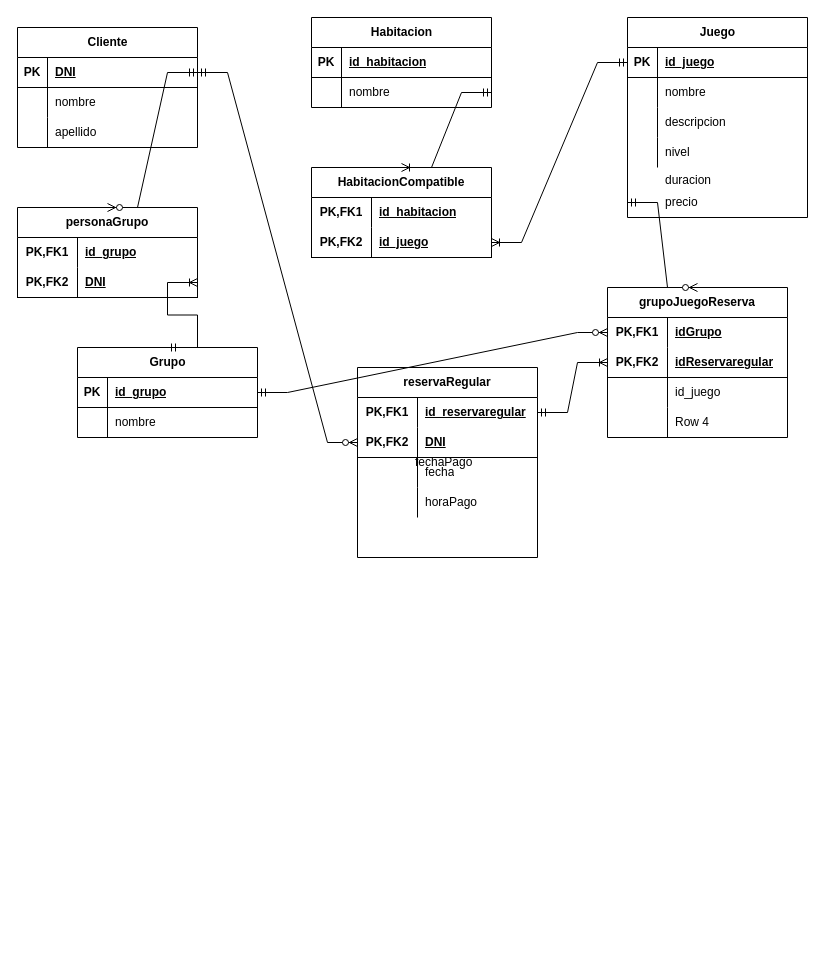
franronci/testrepo keeps this draw.io diagram as practica_parcial_1.drawio. Above is the earlier version. Source tidied: cells renumbered, new cells numbered last; positions are measured from the earlier drawing's top-left corner, leaving out a move shared by most shapes. Both pictures are drawn from the tidied source at 100%, with x=0, y=0 at pixel (17, 17).
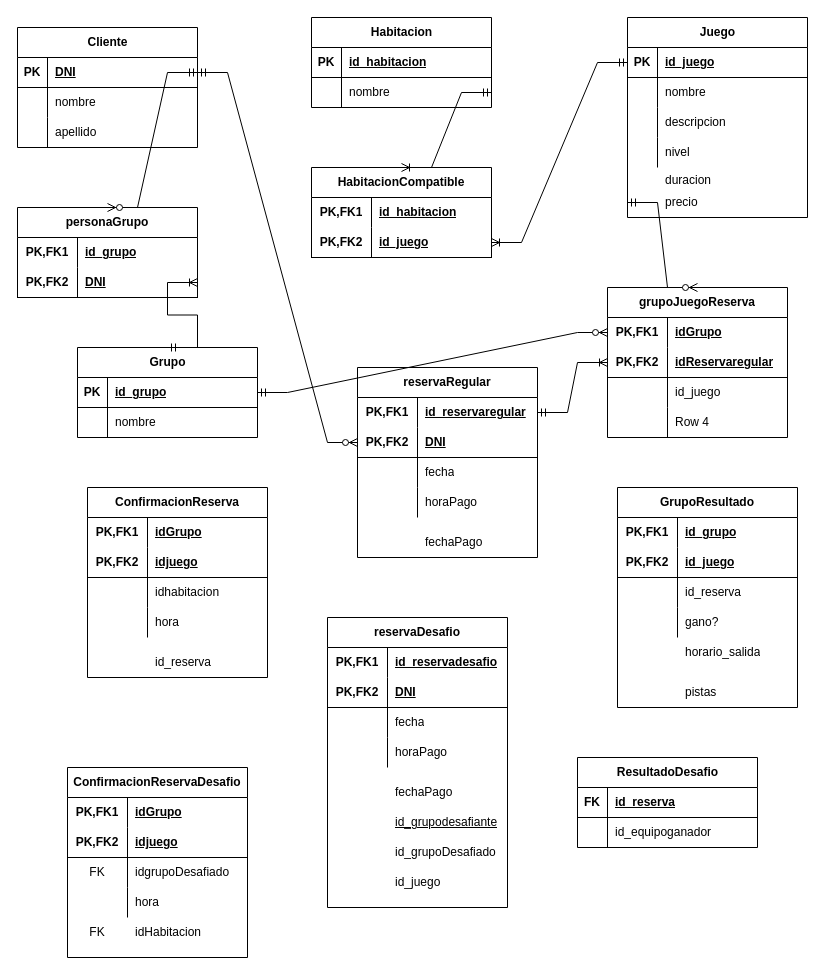
Above is the later version.

The edit, as a diff of the source:
```diff
@@
     <mxCell id="76" style="shape=tableRow;horizontal=0;startSize=0;swimlaneHead=0;swimlaneBody=0;fillColor=none;top=0;left=0;right=0;bottom=0;html=1;" parent="1" vertex="1">
-      <mxGeometry x="330" y="430" width="180" height="30" as="geometry" />
+      <mxGeometry x="340" y="510" width="180" height="30" as="geometry" />
     </mxCell>
@@
+    <mxCell id="96" value="ConfirmacionReserva" style="shape=table;startSize=30;childLayout=tableLayout;rowLines=0;fontStyle=1;align=center;html=1;whiteSpace=wrap;" parent="1" vertex="1">
+      <mxGeometry x="70" y="470" width="180" height="190" as="geometry" />
+    </mxCell>
+    <mxCell id="97" style="shape=tableRow;horizontal=0;startSize=0;swimlaneHead=0;swimlaneBody=0;fillColor=none;top=0;left=0;right=0;bottom=0;html=1;" parent="96" vertex="1">
+      <mxGeometry y="30" width="180" height="30" as="geometry" />
+    </mxCell>
+    <mxCell id="98" value="PK,FK1" style="shape=partialRectangle;fillColor=none;top=0;left=0;bottom=0;right=0;fontStyle=1;overflow=hidden;html=1;whiteSpace=wrap;" parent="97" vertex="1">
+      <mxGeometry width="60" height="30" as="geometry" />
+    </mxCell>
+    <mxCell id="99" value="idGrupo" style="shape=partialRectangle;fillColor=none;top=0;left=0;bottom=0;right=0;align=left;spacingLeft=6;fontStyle=5;overflow=hidden;html=1;whiteSpace=wrap;" parent="97" vertex="1">
+      <mxGeometry x="60" width="120" height="30" as="geometry" />
+    </mxCell>
+    <mxCell id="100" style="shape=tableRow;horizontal=0;startSize=0;swimlaneHead=0;swimlaneBody=0;fillColor=none;top=0;left=0;right=0;bottom=1;html=1;" parent="96" vertex="1">
+      <mxGeometry y="60" width="180" height="30" as="geometry" />
+    </mxCell>
+    <mxCell id="101" value="PK,FK2" style="shape=partialRectangle;fillColor=none;top=0;left=0;bottom=0;right=0;fontStyle=1;overflow=hidden;html=1;whiteSpace=wrap;" parent="100" vertex="1">
+      <mxGeometry width="60" height="30" as="geometry" />
+    </mxCell>
+    <mxCell id="102" value="idjuego" style="shape=partialRectangle;fillColor=none;top=0;left=0;bottom=0;right=0;align=left;spacingLeft=6;fontStyle=5;overflow=hidden;html=1;whiteSpace=wrap;" parent="100" vertex="1">
+      <mxGeometry x="60" width="120" height="30" as="geometry" />
+    </mxCell>
+    <mxCell id="103" style="shape=tableRow;horizontal=0;startSize=0;swimlaneHead=0;swimlaneBody=0;fillColor=none;top=0;left=0;right=0;bottom=0;html=1;" parent="96" vertex="1">
+      <mxGeometry y="90" width="180" height="30" as="geometry" />
+    </mxCell>
+    <mxCell id="104" style="shape=partialRectangle;fillColor=none;top=0;left=0;bottom=0;right=0;overflow=hidden;html=1;whiteSpace=wrap;" parent="103" vertex="1">
+      <mxGeometry width="60" height="30" as="geometry" />
+    </mxCell>
+    <mxCell id="105" value="idhabitacion" style="shape=partialRectangle;fillColor=none;top=0;left=0;bottom=0;right=0;align=left;spacingLeft=6;overflow=hidden;html=1;whiteSpace=wrap;" parent="103" vertex="1">
+      <mxGeometry x="60" width="120" height="30" as="geometry" />
+    </mxCell>
+    <mxCell id="106" style="shape=tableRow;horizontal=0;startSize=0;swimlaneHead=0;swimlaneBody=0;fillColor=none;top=0;left=0;right=0;bottom=0;html=1;" parent="96" vertex="1">
+      <mxGeometry y="120" width="180" height="30" as="geometry" />
+    </mxCell>
+    <mxCell id="107" style="shape=partialRectangle;fillColor=none;top=0;left=0;bottom=0;right=0;overflow=hidden;html=1;whiteSpace=wrap;" parent="106" vertex="1">
+      <mxGeometry width="60" height="30" as="geometry" />
+    </mxCell>
+    <mxCell id="108" value="hora" style="shape=partialRectangle;fillColor=none;top=0;left=0;bottom=0;right=0;align=left;spacingLeft=6;overflow=hidden;html=1;whiteSpace=wrap;" parent="106" vertex="1">
+      <mxGeometry x="60" width="120" height="30" as="geometry" />
+    </mxCell>
+    <mxCell id="109" style="shape=tableRow;horizontal=0;startSize=0;swimlaneHead=0;swimlaneBody=0;fillColor=none;top=0;left=0;right=0;bottom=0;html=1;" parent="1" vertex="1">
+      <mxGeometry x="70" y="630" width="180" height="30" as="geometry" />
+    </mxCell>
+    <mxCell id="110" style="shape=partialRectangle;fillColor=none;top=0;left=0;bottom=0;right=0;overflow=hidden;html=1;whiteSpace=wrap;" parent="109" vertex="1">
+      <mxGeometry width="60" height="30" as="geometry" />
+    </mxCell>
+    <mxCell id="111" value="id_reserva" style="shape=partialRectangle;fillColor=none;top=0;left=0;bottom=0;right=0;align=left;spacingLeft=6;overflow=hidden;html=1;whiteSpace=wrap;" parent="109" vertex="1">
+      <mxGeometry x="60" width="120" height="30" as="geometry" />
+    </mxCell>
+    <mxCell id="112" value="GrupoResultado" style="shape=table;startSize=30;childLayout=tableLayout;rowLines=0;fontStyle=1;align=center;html=1;whiteSpace=wrap;" parent="1" vertex="1">
+      <mxGeometry x="600" y="470" width="180" height="220" as="geometry" />
+    </mxCell>
+    <mxCell id="113" style="shape=tableRow;horizontal=0;startSize=0;swimlaneHead=0;swimlaneBody=0;fillColor=none;top=0;left=0;right=0;bottom=0;html=1;" parent="112" vertex="1">
+      <mxGeometry y="30" width="180" height="30" as="geometry" />
+    </mxCell>
+    <mxCell id="114" value="PK,FK1" style="shape=partialRectangle;fillColor=none;top=0;left=0;bottom=0;right=0;fontStyle=1;overflow=hidden;html=1;whiteSpace=wrap;" parent="113" vertex="1">
+      <mxGeometry width="60" height="30" as="geometry" />
+    </mxCell>
+    <mxCell id="115" value="id_grupo" style="shape=partialRectangle;fillColor=none;top=0;left=0;bottom=0;right=0;align=left;spacingLeft=6;fontStyle=5;overflow=hidden;html=1;whiteSpace=wrap;" parent="113" vertex="1">
+      <mxGeometry x="60" width="120" height="30" as="geometry" />
+    </mxCell>
+    <mxCell id="116" style="shape=tableRow;horizontal=0;startSize=0;swimlaneHead=0;swimlaneBody=0;fillColor=none;top=0;left=0;right=0;bottom=1;html=1;" parent="112" vertex="1">
+      <mxGeometry y="60" width="180" height="30" as="geometry" />
+    </mxCell>
+    <mxCell id="117" value="PK,FK2" style="shape=partialRectangle;fillColor=none;top=0;left=0;bottom=0;right=0;fontStyle=1;overflow=hidden;html=1;whiteSpace=wrap;" parent="116" vertex="1">
+      <mxGeometry width="60" height="30" as="geometry" />
+    </mxCell>
+    <mxCell id="118" value="id_juego" style="shape=partialRectangle;fillColor=none;top=0;left=0;bottom=0;right=0;align=left;spacingLeft=6;fontStyle=5;overflow=hidden;html=1;whiteSpace=wrap;" parent="116" vertex="1">
+      <mxGeometry x="60" width="120" height="30" as="geometry" />
+    </mxCell>
+    <mxCell id="119" style="shape=tableRow;horizontal=0;startSize=0;swimlaneHead=0;swimlaneBody=0;fillColor=none;top=0;left=0;right=0;bottom=0;html=1;" parent="112" vertex="1">
+      <mxGeometry y="90" width="180" height="30" as="geometry" />
+    </mxCell>
+    <mxCell id="120" style="shape=partialRectangle;fillColor=none;top=0;left=0;bottom=0;right=0;overflow=hidden;html=1;whiteSpace=wrap;" parent="119" vertex="1">
+      <mxGeometry width="60" height="30" as="geometry" />
+    </mxCell>
+    <mxCell id="121" value="id_reserva" style="shape=partialRectangle;fillColor=none;top=0;left=0;bottom=0;right=0;align=left;spacingLeft=6;overflow=hidden;html=1;whiteSpace=wrap;" parent="119" vertex="1">
+      <mxGeometry x="60" width="120" height="30" as="geometry" />
+    </mxCell>
+    <mxCell id="122" style="shape=tableRow;horizontal=0;startSize=0;swimlaneHead=0;swimlaneBody=0;fillColor=none;top=0;left=0;right=0;bottom=0;html=1;" parent="112" vertex="1">
+      <mxGeometry y="120" width="180" height="30" as="geometry" />
+    </mxCell>
+    <mxCell id="123" style="shape=partialRectangle;fillColor=none;top=0;left=0;bottom=0;right=0;overflow=hidden;html=1;whiteSpace=wrap;" parent="122" vertex="1">
+      <mxGeometry width="60" height="30" as="geometry" />
+    </mxCell>
+    <mxCell id="124" value="gano?" style="shape=partialRectangle;fillColor=none;top=0;left=0;bottom=0;right=0;align=left;spacingLeft=6;overflow=hidden;html=1;whiteSpace=wrap;" parent="122" vertex="1">
+      <mxGeometry x="60" width="120" height="30" as="geometry" />
+    </mxCell>
+    <mxCell id="125" style="shape=tableRow;horizontal=0;startSize=0;swimlaneHead=0;swimlaneBody=0;fillColor=none;top=0;left=0;right=0;bottom=0;html=1;" parent="1" vertex="1">
+      <mxGeometry x="600" y="620" width="180" height="30" as="geometry" />
+    </mxCell>
+    <mxCell id="126" style="shape=partialRectangle;fillColor=none;top=0;left=0;bottom=0;right=0;overflow=hidden;html=1;whiteSpace=wrap;" parent="125" vertex="1">
+      <mxGeometry width="60" height="30" as="geometry" />
+    </mxCell>
+    <mxCell id="127" value="horario_salida" style="shape=partialRectangle;fillColor=none;top=0;left=0;bottom=0;right=0;align=left;spacingLeft=6;overflow=hidden;html=1;whiteSpace=wrap;" parent="125" vertex="1">
+      <mxGeometry x="60" width="120" height="30" as="geometry" />
+    </mxCell>
+    <mxCell id="128" style="shape=tableRow;horizontal=0;startSize=0;swimlaneHead=0;swimlaneBody=0;fillColor=none;top=0;left=0;right=0;bottom=0;html=1;" parent="1" vertex="1">
+      <mxGeometry x="600" y="660" width="180" height="30" as="geometry" />
+    </mxCell>
+    <mxCell id="129" style="shape=partialRectangle;fillColor=none;top=0;left=0;bottom=0;right=0;overflow=hidden;html=1;whiteSpace=wrap;" parent="128" vertex="1">
+      <mxGeometry width="60" height="30" as="geometry" />
+    </mxCell>
+    <mxCell id="130" value="pistas" style="shape=partialRectangle;fillColor=none;top=0;left=0;bottom=0;right=0;align=left;spacingLeft=6;overflow=hidden;html=1;whiteSpace=wrap;" parent="128" vertex="1">
+      <mxGeometry x="60" width="120" height="30" as="geometry" />
+    </mxCell>
+    <mxCell id="131" value="reservaDesafio" style="shape=table;startSize=30;childLayout=tableLayout;rowLines=0;fontStyle=1;align=center;html=1;whiteSpace=wrap;" parent="1" vertex="1">
+      <mxGeometry x="310" y="600" width="180" height="290" as="geometry" />
+    </mxCell>
+    <mxCell id="132" style="shape=tableRow;horizontal=0;startSize=0;swimlaneHead=0;swimlaneBody=0;fillColor=none;top=0;left=0;right=0;bottom=0;html=1;" parent="131" vertex="1">
+      <mxGeometry y="30" width="180" height="30" as="geometry" />
+    </mxCell>
+    <mxCell id="133" value="PK,FK1" style="shape=partialRectangle;fillColor=none;top=0;left=0;bottom=0;right=0;fontStyle=1;overflow=hidden;html=1;whiteSpace=wrap;" parent="132" vertex="1">
+      <mxGeometry width="60" height="30" as="geometry" />
+    </mxCell>
+    <mxCell id="134" value="id_reservadesafio" style="shape=partialRectangle;fillColor=none;top=0;left=0;bottom=0;right=0;align=left;spacingLeft=6;fontStyle=5;overflow=hidden;html=1;whiteSpace=wrap;" parent="132" vertex="1">
+      <mxGeometry x="60" width="120" height="30" as="geometry" />
+    </mxCell>
+    <mxCell id="135" style="shape=tableRow;horizontal=0;startSize=0;swimlaneHead=0;swimlaneBody=0;fillColor=none;top=0;left=0;right=0;bottom=1;html=1;" parent="131" vertex="1">
+      <mxGeometry y="60" width="180" height="30" as="geometry" />
+    </mxCell>
+    <mxCell id="136" value="PK,FK2" style="shape=partialRectangle;fillColor=none;top=0;left=0;bottom=0;right=0;fontStyle=1;overflow=hidden;html=1;whiteSpace=wrap;" parent="135" vertex="1">
+      <mxGeometry width="60" height="30" as="geometry" />
+    </mxCell>
+    <mxCell id="137" value="DNI" style="shape=partialRectangle;fillColor=none;top=0;left=0;bottom=0;right=0;align=left;spacingLeft=6;fontStyle=5;overflow=hidden;html=1;whiteSpace=wrap;" parent="135" vertex="1">
+      <mxGeometry x="60" width="120" height="30" as="geometry" />
+    </mxCell>
+    <mxCell id="138" style="shape=tableRow;horizontal=0;startSize=0;swimlaneHead=0;swimlaneBody=0;fillColor=none;top=0;left=0;right=0;bottom=0;html=1;" parent="131" vertex="1">
+      <mxGeometry y="90" width="180" height="30" as="geometry" />
+    </mxCell>
+    <mxCell id="139" style="shape=partialRectangle;fillColor=none;top=0;left=0;bottom=0;right=0;overflow=hidden;html=1;whiteSpace=wrap;" parent="138" vertex="1">
+      <mxGeometry width="60" height="30" as="geometry" />
+    </mxCell>
+    <mxCell id="140" value="fecha" style="shape=partialRectangle;fillColor=none;top=0;left=0;bottom=0;right=0;align=left;spacingLeft=6;overflow=hidden;html=1;whiteSpace=wrap;" parent="138" vertex="1">
+      <mxGeometry x="60" width="120" height="30" as="geometry" />
+    </mxCell>
+    <mxCell id="141" style="shape=tableRow;horizontal=0;startSize=0;swimlaneHead=0;swimlaneBody=0;fillColor=none;top=0;left=0;right=0;bottom=0;html=1;" parent="131" vertex="1">
+      <mxGeometry y="120" width="180" height="30" as="geometry" />
+    </mxCell>
+    <mxCell id="142" style="shape=partialRectangle;fillColor=none;top=0;left=0;bottom=0;right=0;overflow=hidden;html=1;whiteSpace=wrap;" parent="141" vertex="1">
+      <mxGeometry width="60" height="30" as="geometry" />
+    </mxCell>
+    <mxCell id="143" value="horaPago" style="shape=partialRectangle;fillColor=none;top=0;left=0;bottom=0;right=0;align=left;spacingLeft=6;overflow=hidden;html=1;whiteSpace=wrap;" parent="141" vertex="1">
+      <mxGeometry x="60" width="120" height="30" as="geometry" />
+    </mxCell>
+    <mxCell id="144" style="shape=tableRow;horizontal=0;startSize=0;swimlaneHead=0;swimlaneBody=0;fillColor=none;top=0;left=0;right=0;bottom=0;html=1;" parent="1" vertex="1">
+      <mxGeometry x="310" y="760" width="180" height="90" as="geometry" />
+    </mxCell>
+    <mxCell id="145" style="shape=partialRectangle;fillColor=none;top=0;left=0;bottom=0;right=0;overflow=hidden;html=1;whiteSpace=wrap;" parent="144" vertex="1">
+      <mxGeometry width="60" height="30" as="geometry" />
+    </mxCell>
+    <mxCell id="146" value="fechaPago" style="shape=partialRectangle;fillColor=none;top=0;left=0;bottom=0;right=0;align=left;spacingLeft=6;overflow=hidden;html=1;whiteSpace=wrap;" parent="144" vertex="1">
+      <mxGeometry x="60" width="120" height="30" as="geometry" />
+    </mxCell>
+    <mxCell id="147" style="shape=tableRow;horizontal=0;startSize=0;swimlaneHead=0;swimlaneBody=0;fillColor=none;top=0;left=0;right=0;bottom=0;html=1;" parent="1" vertex="1">
+      <mxGeometry x="320" y="700" width="180" height="30" as="geometry" />
+    </mxCell>
+    <mxCell id="148" style="shape=partialRectangle;fillColor=none;top=0;left=0;bottom=0;right=0;overflow=hidden;html=1;whiteSpace=wrap;" parent="147" vertex="1">
+      <mxGeometry width="60" height="30" as="geometry" />
+    </mxCell>
+    <mxCell id="149" value="id_grupodesafiante" style="shape=partialRectangle;fillColor=none;top=0;left=0;bottom=0;right=0;align=left;spacingLeft=6;overflow=hidden;html=1;whiteSpace=wrap;fontStyle=4;" parent="1" vertex="1">
+      <mxGeometry x="370" y="790" width="120" height="30" as="geometry" />
+    </mxCell>
+    <mxCell id="150" style="shape=tableRow;horizontal=0;startSize=0;swimlaneHead=0;swimlaneBody=0;fillColor=none;top=0;left=0;right=0;bottom=0;html=1;" parent="1" vertex="1">
+      <mxGeometry x="310" y="820" width="180" height="30" as="geometry" />
+    </mxCell>
+    <mxCell id="151" style="shape=partialRectangle;fillColor=none;top=0;left=0;bottom=0;right=0;overflow=hidden;html=1;whiteSpace=wrap;" parent="150" vertex="1">
+      <mxGeometry width="60" height="30" as="geometry" />
+    </mxCell>
+    <mxCell id="152" value="id_grupoDesafiado" style="shape=partialRectangle;fillColor=none;top=0;left=0;bottom=0;right=0;align=left;spacingLeft=6;overflow=hidden;html=1;whiteSpace=wrap;" parent="150" vertex="1">
+      <mxGeometry x="60" width="120" height="30" as="geometry" />
+    </mxCell>
+    <mxCell id="153" style="shape=tableRow;horizontal=0;startSize=0;swimlaneHead=0;swimlaneBody=0;fillColor=none;top=0;left=0;right=0;bottom=0;html=1;" parent="1" vertex="1">
+      <mxGeometry x="310" y="850" width="180" height="30" as="geometry" />
+    </mxCell>
+    <mxCell id="154" style="shape=partialRectangle;fillColor=none;top=0;left=0;bottom=0;right=0;overflow=hidden;html=1;whiteSpace=wrap;" parent="153" vertex="1">
+      <mxGeometry width="60" height="30" as="geometry" />
+    </mxCell>
+    <mxCell id="155" value="id_juego" style="shape=partialRectangle;fillColor=none;top=0;left=0;bottom=0;right=0;align=left;spacingLeft=6;overflow=hidden;html=1;whiteSpace=wrap;" parent="153" vertex="1">
+      <mxGeometry x="60" width="120" height="30" as="geometry" />
+    </mxCell>
+    <mxCell id="156" value="ConfirmacionReservaDesafio" style="shape=table;startSize=30;childLayout=tableLayout;rowLines=0;fontStyle=1;align=center;html=1;whiteSpace=wrap;" parent="1" vertex="1">
+      <mxGeometry x="50" y="750" width="180" height="190" as="geometry" />
+    </mxCell>
+    <mxCell id="157" style="shape=tableRow;horizontal=0;startSize=0;swimlaneHead=0;swimlaneBody=0;fillColor=none;top=0;left=0;right=0;bottom=0;html=1;" parent="156" vertex="1">
+      <mxGeometry y="30" width="180" height="30" as="geometry" />
+    </mxCell>
+    <mxCell id="158" value="PK,FK1" style="shape=partialRectangle;fillColor=none;top=0;left=0;bottom=0;right=0;fontStyle=1;overflow=hidden;html=1;whiteSpace=wrap;" parent="157" vertex="1">
+      <mxGeometry width="60" height="30" as="geometry" />
+    </mxCell>
+    <mxCell id="159" value="idGrupo" style="shape=partialRectangle;fillColor=none;top=0;left=0;bottom=0;right=0;align=left;spacingLeft=6;fontStyle=5;overflow=hidden;html=1;whiteSpace=wrap;" parent="157" vertex="1">
+      <mxGeometry x="60" width="120" height="30" as="geometry" />
+    </mxCell>
+    <mxCell id="160" style="shape=tableRow;horizontal=0;startSize=0;swimlaneHead=0;swimlaneBody=0;fillColor=none;top=0;left=0;right=0;bottom=1;html=1;" parent="156" vertex="1">
+      <mxGeometry y="60" width="180" height="30" as="geometry" />
+    </mxCell>
+    <mxCell id="161" value="PK,FK2" style="shape=partialRectangle;fillColor=none;top=0;left=0;bottom=0;right=0;fontStyle=1;overflow=hidden;html=1;whiteSpace=wrap;" parent="160" vertex="1">
+      <mxGeometry width="60" height="30" as="geometry" />
+    </mxCell>
+    <mxCell id="162" value="idjuego" style="shape=partialRectangle;fillColor=none;top=0;left=0;bottom=0;right=0;align=left;spacingLeft=6;fontStyle=5;overflow=hidden;html=1;whiteSpace=wrap;" parent="160" vertex="1">
+      <mxGeometry x="60" width="120" height="30" as="geometry" />
+    </mxCell>
+    <mxCell id="163" style="shape=tableRow;horizontal=0;startSize=0;swimlaneHead=0;swimlaneBody=0;fillColor=none;top=0;left=0;right=0;bottom=0;html=1;" parent="156" vertex="1">
+      <mxGeometry y="90" width="180" height="30" as="geometry" />
+    </mxCell>
+    <mxCell id="164" value="FK" style="shape=partialRectangle;fillColor=none;top=0;left=0;bottom=0;right=0;overflow=hidden;html=1;whiteSpace=wrap;" parent="163" vertex="1">
+      <mxGeometry width="60" height="30" as="geometry" />
+    </mxCell>
+    <mxCell id="165" value="idgrupoDesafiado" style="shape=partialRectangle;fillColor=none;top=0;left=0;bottom=0;right=0;align=left;spacingLeft=6;overflow=hidden;html=1;whiteSpace=wrap;" parent="163" vertex="1">
+      <mxGeometry x="60" width="120" height="30" as="geometry" />
+    </mxCell>
+    <mxCell id="166" style="shape=tableRow;horizontal=0;startSize=0;swimlaneHead=0;swimlaneBody=0;fillColor=none;top=0;left=0;right=0;bottom=0;html=1;" parent="156" vertex="1">
+      <mxGeometry y="120" width="180" height="30" as="geometry" />
+    </mxCell>
+    <mxCell id="167" style="shape=partialRectangle;fillColor=none;top=0;left=0;bottom=0;right=0;overflow=hidden;html=1;whiteSpace=wrap;" parent="166" vertex="1">
+      <mxGeometry width="60" height="30" as="geometry" />
+    </mxCell>
+    <mxCell id="168" value="hora" style="shape=partialRectangle;fillColor=none;top=0;left=0;bottom=0;right=0;align=left;spacingLeft=6;overflow=hidden;html=1;whiteSpace=wrap;" parent="166" vertex="1">
+      <mxGeometry x="60" width="120" height="30" as="geometry" />
+    </mxCell>
+    <mxCell id="169" style="shape=tableRow;horizontal=0;startSize=0;swimlaneHead=0;swimlaneBody=0;fillColor=none;top=0;left=0;right=0;bottom=0;html=1;" parent="1" vertex="1">
+      <mxGeometry x="50" y="900" width="180" height="30" as="geometry" />
+    </mxCell>
+    <mxCell id="170" value="FK" style="shape=partialRectangle;fillColor=none;top=0;left=0;bottom=0;right=0;overflow=hidden;html=1;whiteSpace=wrap;" parent="169" vertex="1">
+      <mxGeometry width="60" height="30" as="geometry" />
+    </mxCell>
+    <mxCell id="171" value="idHabitacion" style="shape=partialRectangle;fillColor=none;top=0;left=0;bottom=0;right=0;align=left;spacingLeft=6;overflow=hidden;html=1;whiteSpace=wrap;" parent="169" vertex="1">
+      <mxGeometry x="60" width="120" height="30" as="geometry" />
+    </mxCell>
+    <mxCell id="172" value="ResultadoDesafio" style="shape=table;startSize=30;childLayout=tableLayout;rowLines=0;fontStyle=1;align=center;html=1;" parent="1" vertex="1">
+      <mxGeometry x="560" y="740" width="180" height="90" as="geometry" />
+    </mxCell>
+    <mxCell id="173" style="shape=tableRow;horizontal=0;startSize=0;swimlaneHead=0;swimlaneBody=0;fillColor=none;top=0;left=0;right=0;bottom=1;" parent="172" vertex="1">
+      <mxGeometry y="30" width="180" height="30" as="geometry" />
+    </mxCell>
+    <mxCell id="174" value="FK" style="shape=partialRectangle;fillColor=none;top=0;left=0;bottom=0;right=0;fontStyle=1;overflow=hidden;whiteSpace=wrap;html=1;" parent="173" vertex="1">
+      <mxGeometry width="30" height="30" as="geometry" />
+    </mxCell>
+    <mxCell id="175" value="id_reserva" style="shape=partialRectangle;fillColor=none;top=0;left=0;bottom=0;right=0;align=left;spacingLeft=6;fontStyle=5;overflow=hidden;whiteSpace=wrap;html=1;" parent="173" vertex="1">
+      <mxGeometry x="30" width="150" height="30" as="geometry" />
+    </mxCell>
+    <mxCell id="176" style="shape=tableRow;horizontal=0;startSize=0;swimlaneHead=0;swimlaneBody=0;fillColor=none;top=0;left=0;right=0;bottom=0;" parent="172" vertex="1">
+      <mxGeometry y="60" width="180" height="30" as="geometry" />
+    </mxCell>
+    <mxCell id="177" style="shape=partialRectangle;fillColor=none;top=0;left=0;bottom=0;right=0;overflow=hidden;whiteSpace=wrap;html=1;" parent="176" vertex="1">
+      <mxGeometry width="30" height="30" as="geometry" />
+    </mxCell>
+    <mxCell id="178" value="id_equipoganador" style="shape=partialRectangle;fillColor=none;top=0;left=0;bottom=0;right=0;align=left;spacingLeft=6;overflow=hidden;whiteSpace=wrap;html=1;" parent="176" vertex="1">
+      <mxGeometry x="30" width="150" height="30" as="geometry" />
+    </mxCell>
```
